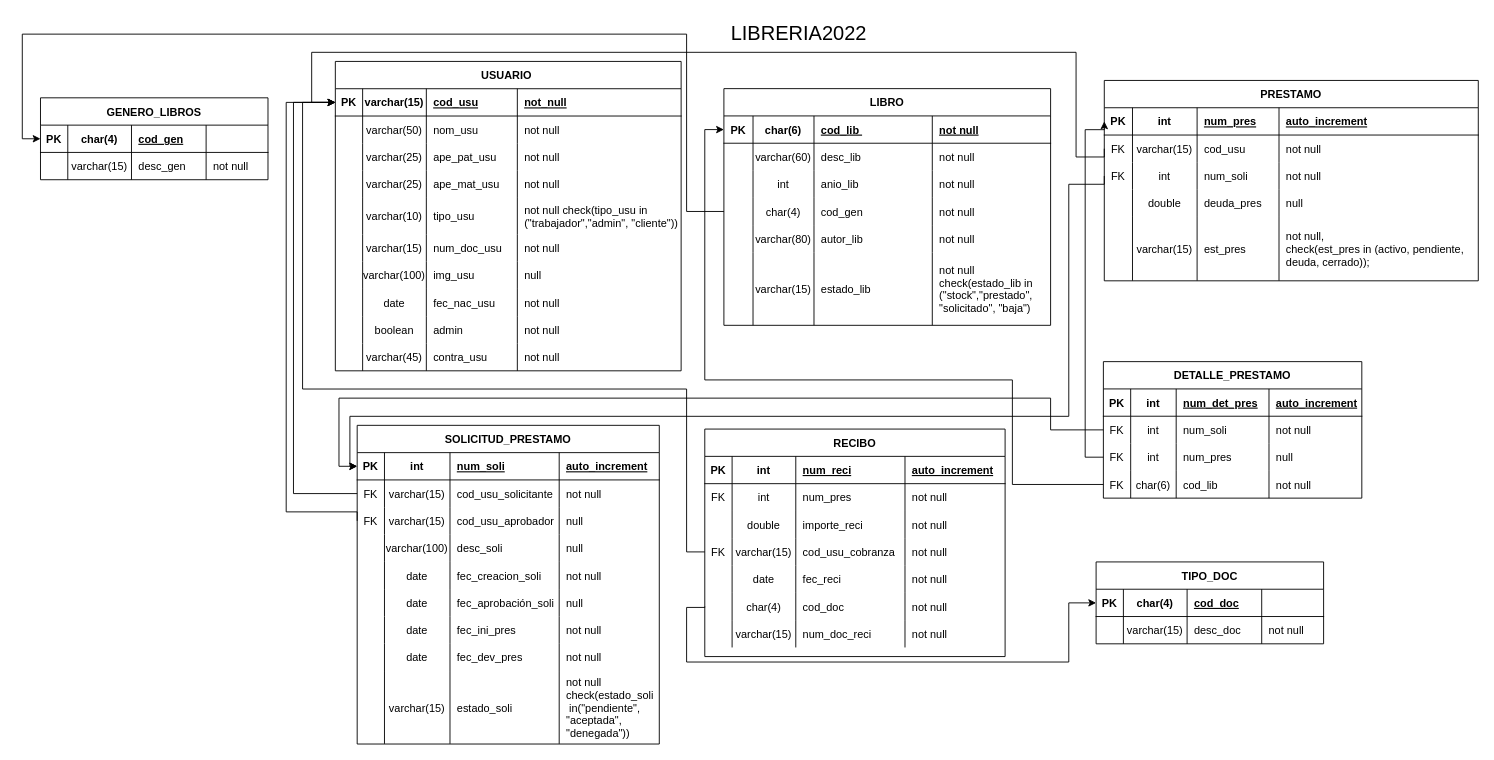
The draw.io diagram page "BDatos" (3 of 3) of LPII.drawio in BenZumaran/LPII, before the edit. Source tidied: cells renumbered, new cells numbered last; positions are measured from the earlier drawing's top-left corner, leaving out a move shared by most shapes. Both pictures are drawn from the tidied source at 91%, with x=0, y=0 at pixel (22, 15).
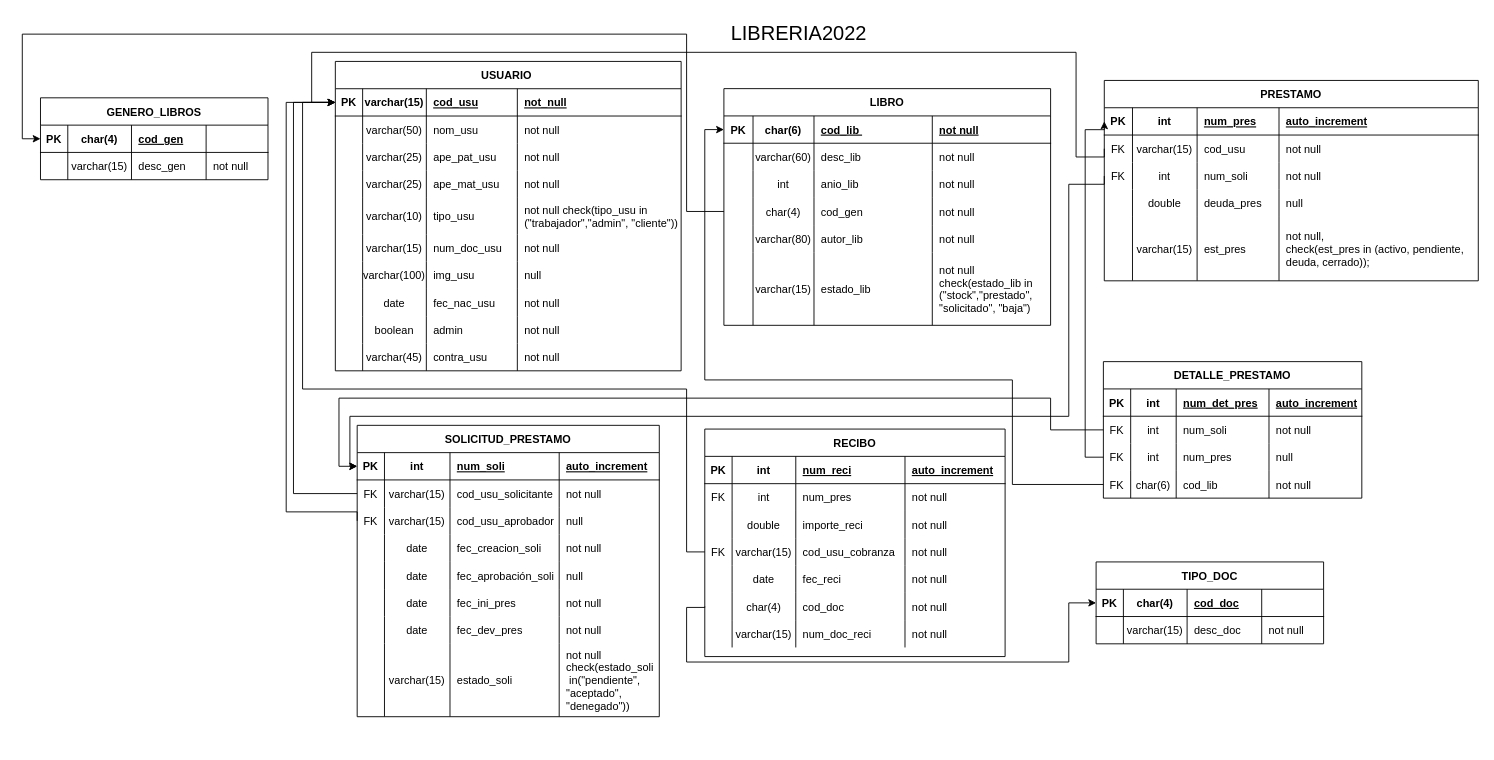
Above is the later version.

What changed in the source:
```diff
@@
     <mxCell id="110" value="SOLICITUD_PRESTAMO" style="shape=table;startSize=30;childLayout=tableLayout;rowLines=0;fontStyle=1;align=center;" parent="1" vertex="1">
-      <mxGeometry x="368" y="449.9" width="332" height="350.2" as="geometry" />
+      <mxGeometry x="368" y="449.9" width="332" height="320.2" as="geometry" />
     </mxCell>
@@
-    <mxCell id="126" style="shape=tableRow;horizontal=0;startSize=0;swimlaneHead=0;swimlaneBody=0;fillColor=none;top=0;left=0;right=0;bottom=0;" parent="110" vertex="1">
-      <mxGeometry y="120" width="332" height="30" as="geometry" />
-    </mxCell>
-    <mxCell id="127" style="shape=partialRectangle;fillColor=none;top=0;left=0;bottom=0;right=0;overflow=hidden;" parent="126" vertex="1">
-      <mxGeometry width="30" height="30" as="geometry" />
-    </mxCell>
-    <mxCell id="128" value="varchar(100)" style="shape=partialRectangle;fillColor=none;top=0;left=0;bottom=0;right=0;overflow=hidden;" parent="126" vertex="1">
-      <mxGeometry x="30" width="72" height="30" as="geometry" />
-    </mxCell>
-    <mxCell id="129" value="desc_soli" style="shape=partialRectangle;fillColor=none;top=0;left=0;bottom=0;right=0;align=left;spacingLeft=6;overflow=hidden;" parent="126" vertex="1">
-      <mxGeometry x="102" width="120" height="30" as="geometry" />
-    </mxCell>
-    <mxCell id="130" value="null" style="shape=partialRectangle;fillColor=none;top=0;left=0;bottom=0;right=0;align=left;spacingLeft=6;overflow=hidden;" parent="126" vertex="1">
-      <mxGeometry x="222" width="110" height="30" as="geometry" />
-    </mxCell>
     <mxCell id="131" style="shape=tableRow;horizontal=0;startSize=0;swimlaneHead=0;swimlaneBody=0;fillColor=none;top=0;left=0;right=0;bottom=0;" parent="110" vertex="1">
-      <mxGeometry y="150" width="332" height="30" as="geometry" />
+      <mxGeometry y="120" width="332" height="30" as="geometry" />
     </mxCell>
@@
     <mxCell id="136" style="shape=tableRow;horizontal=0;startSize=0;swimlaneHead=0;swimlaneBody=0;fillColor=none;top=0;left=0;right=0;bottom=0;" parent="110" vertex="1">
-      <mxGeometry y="180" width="332" height="30" as="geometry" />
+      <mxGeometry y="150" width="332" height="30" as="geometry" />
     </mxCell>
@@
     <mxCell id="141" style="shape=tableRow;horizontal=0;startSize=0;swimlaneHead=0;swimlaneBody=0;fillColor=none;top=0;left=0;right=0;bottom=0;" parent="110" vertex="1">
-      <mxGeometry y="210" width="332" height="30" as="geometry" />
+      <mxGeometry y="180" width="332" height="30" as="geometry" />
     </mxCell>
@@
     <mxCell id="146" style="shape=tableRow;horizontal=0;startSize=0;swimlaneHead=0;swimlaneBody=0;fillColor=none;top=0;left=0;right=0;bottom=0;" parent="110" vertex="1">
-      <mxGeometry y="240" width="332" height="30" as="geometry" />
+      <mxGeometry y="210" width="332" height="30" as="geometry" />
     </mxCell>
@@
     <mxCell id="151" style="shape=tableRow;horizontal=0;startSize=0;swimlaneHead=0;swimlaneBody=0;fillColor=none;top=0;left=0;right=0;bottom=0;" parent="110" vertex="1">
-      <mxGeometry y="270" width="332" height="80" as="geometry" />
+      <mxGeometry y="240" width="332" height="80" as="geometry" />
     </mxCell>
@@
-    <mxCell id="155" value="not null&#10;check(estado_soli&#10; in(&quot;pendiente&quot;,&#10;&quot;aceptada&quot;,&#10;&quot;denegada&quot;))" style="shape=partialRectangle;fillColor=none;top=0;left=0;bottom=0;right=0;align=left;spacingLeft=6;overflow=hidden;" parent="151" vertex="1">
+    <mxCell id="155" value="not null&#10;check(estado_soli&#10; in(&quot;pendiente&quot;,&#10;&quot;aceptado&quot;,&#10;&quot;denegado&quot;))" style="shape=partialRectangle;fillColor=none;top=0;left=0;bottom=0;right=0;align=left;spacingLeft=6;overflow=hidden;" parent="151" vertex="1">
       <mxGeometry x="222" width="110" height="80" as="geometry" />
     </mxCell>
```
